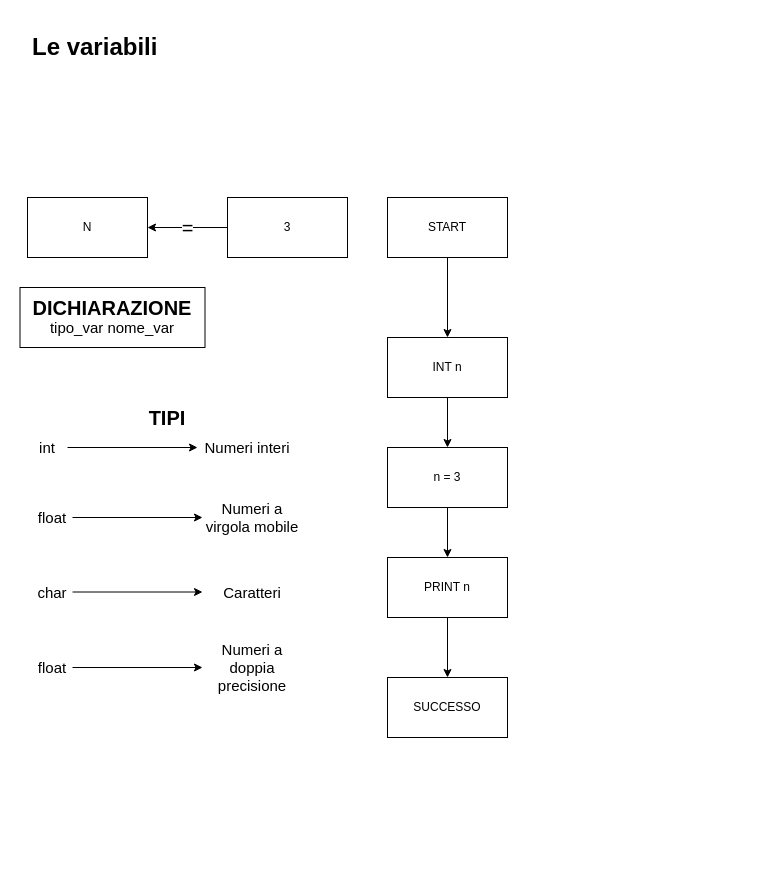
Earlier version of the draw.io diagram C/lezione3/Untitled Diagram.drawio (2mattialcomputer/tutorial). Source tidied: cells renumbered, new cells numbered last; positions are measured from the earlier drawing's top-left corner, leaving out a move shared by most shapes. Both pictures are drawn from the tidied source at 100%, with x=0, y=0 at pixel (17, 27).
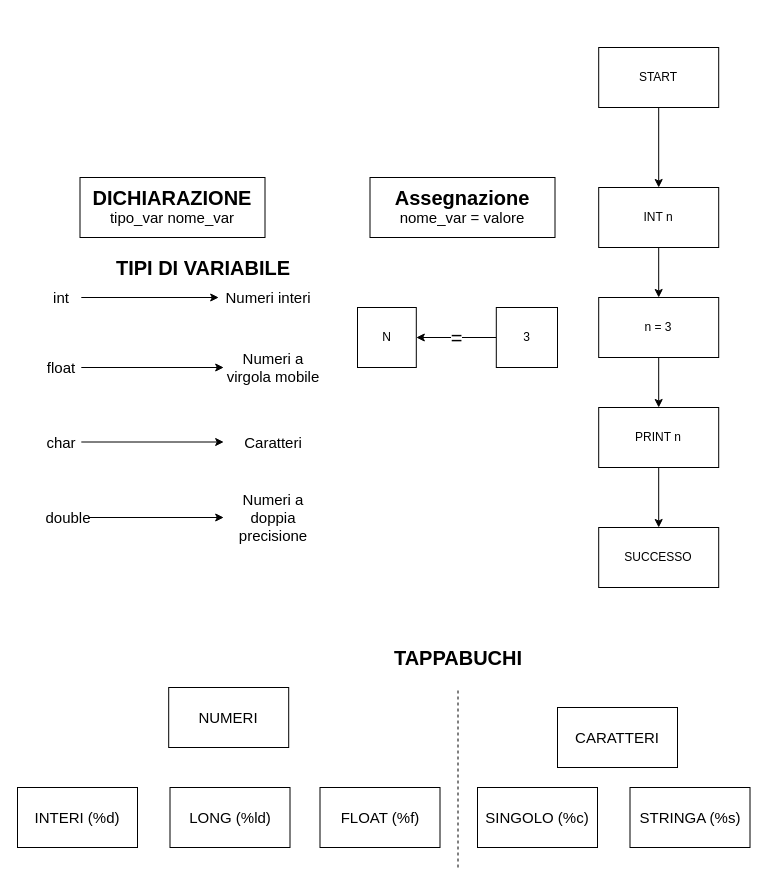
The same diagram, later.

The edit, as a diff of the source:
```diff
@@
-    <mxCell id="2" style="rounded=0;whiteSpace=wrap;html=1;fontSize=15;" parent="1" vertex="1">
-      <mxGeometry x="2.5" y="260" width="185" height="60" as="geometry" />
-    </mxCell>
-    <mxCell id="3" value="&lt;h1&gt;Le variabili&lt;/h1&gt;" style="text;html=1;strokeColor=none;fillColor=none;spacing=5;spacingTop=-20;whiteSpace=wrap;overflow=hidden;rounded=0;" parent="1" vertex="1">
-      <mxGeometry x="10" width="190" height="50" as="geometry" />
-    </mxCell>
@@
     <mxCell id="5" value="START" style="rounded=0;whiteSpace=wrap;html=1;" parent="1" vertex="1">
-      <mxGeometry x="370" y="170" width="120" height="60" as="geometry" />
+      <mxGeometry x="581.2" y="20" width="120" height="60" as="geometry" />
     </mxCell>
@@
     <mxCell id="7" value="INT n" style="rounded=0;whiteSpace=wrap;html=1;" parent="1" vertex="1">
-      <mxGeometry x="370" y="310" width="120" height="60" as="geometry" />
+      <mxGeometry x="581.2" y="160" width="120" height="60" as="geometry" />
     </mxCell>
@@
     <mxCell id="9" value="n = 3" style="rounded=0;whiteSpace=wrap;html=1;" parent="1" vertex="1">
-      <mxGeometry x="370" y="420" width="120" height="60" as="geometry" />
+      <mxGeometry x="581.2" y="270" width="120" height="60" as="geometry" />
     </mxCell>
@@
     <mxCell id="11" value="PRINT n" style="rounded=0;whiteSpace=wrap;html=1;" parent="1" vertex="1">
-      <mxGeometry x="370" y="530" width="120" height="60" as="geometry" />
+      <mxGeometry x="581.2" y="380" width="120" height="60" as="geometry" />
     </mxCell>
     <mxCell id="12" value="SUCCESSO" style="rounded=0;whiteSpace=wrap;html=1;" parent="1" vertex="1">
-      <mxGeometry x="370" y="650" width="120" height="60" as="geometry" />
+      <mxGeometry x="581.2" y="500" width="120" height="60" as="geometry" />
     </mxCell>
@@
     <mxCell id="14" value="3" style="rounded=0;whiteSpace=wrap;html=1;" parent="1" vertex="1">
-      <mxGeometry x="210" y="170" width="120" height="60" as="geometry" />
+      <mxGeometry x="478.8" y="280" width="61.2" height="60" as="geometry" />
     </mxCell>
     <mxCell id="15" value="N" style="rounded=0;whiteSpace=wrap;html=1;" parent="1" vertex="1">
-      <mxGeometry x="10" y="170" width="120" height="60" as="geometry" />
+      <mxGeometry x="340" y="280" width="58.8" height="60" as="geometry" />
     </mxCell>
-    <mxCell id="16" value="DICHIARAZIONE" style="text;html=1;strokeColor=none;fillColor=none;align=center;verticalAlign=middle;whiteSpace=wrap;rounded=0;fontSize=20;fontStyle=1;" parent="1" vertex="1">
-      <mxGeometry x="75" y="270" width="40" height="20" as="geometry" />
-    </mxCell>
-    <mxCell id="17" value="tipo_var nome_var" style="text;html=1;strokeColor=none;fillColor=none;align=center;verticalAlign=middle;whiteSpace=wrap;rounded=0;fontSize=15;" parent="1" vertex="1">
-      <mxGeometry y="290" width="190" height="20" as="geometry" />
-    </mxCell>
-    <mxCell id="18" value="TIPI" style="text;html=1;strokeColor=none;fillColor=none;align=center;verticalAlign=middle;whiteSpace=wrap;rounded=0;fontSize=20;fontStyle=1;" parent="1" vertex="1">
-      <mxGeometry x="130" y="380" width="40" height="20" as="geometry" />
+    <mxCell id="18" value="TIPI DI VARIABILE" style="text;html=1;strokeColor=none;fillColor=none;align=center;verticalAlign=middle;whiteSpace=wrap;rounded=0;fontSize=20;fontStyle=1;" parent="1" vertex="1">
+      <mxGeometry x="91.2" y="230" width="190" height="20" as="geometry" />
     </mxCell>
-    <mxCell id="19" style="edgeStyle=orthogonalEdgeStyle;rounded=0;jettySize=auto;html=1;fontSize=15;" parent="1" edge="1" source="20" target="21">
+    <mxCell id="19" style="edgeStyle=orthogonalEdgeStyle;rounded=0;jettySize=auto;html=1;fontSize=15;entryX=0;entryY=0.5;entryDx=0;entryDy=0;" parent="1" edge="1" source="20" target="21">
       <mxGeometry relative="1" as="geometry" />
     </mxCell>
     <mxCell id="20" value="int" style="text;html=1;strokeColor=none;fillColor=none;align=center;verticalAlign=middle;whiteSpace=wrap;rounded=0;fontSize=15;" parent="1" vertex="1">
-      <mxGeometry x="10" y="410" width="40" height="20" as="geometry" />
+      <mxGeometry x="23.8" y="260" width="40" height="20" as="geometry" />
     </mxCell>
     <mxCell id="21" value="Numeri interi" style="text;html=1;strokeColor=none;fillColor=none;align=center;verticalAlign=middle;whiteSpace=wrap;rounded=0;fontSize=15;" parent="1" vertex="1">
-      <mxGeometry x="180" y="410" width="100" height="20" as="geometry" />
+      <mxGeometry x="201.2" y="260" width="100" height="20" as="geometry" />
     </mxCell>
@@
     <mxCell id="23" value="float" style="text;html=1;strokeColor=none;fillColor=none;align=center;verticalAlign=middle;whiteSpace=wrap;rounded=0;fontSize=15;" parent="1" vertex="1">
-      <mxGeometry x="15" y="480" width="40" height="20" as="geometry" />
+      <mxGeometry x="23.8" y="330" width="40" height="20" as="geometry" />
     </mxCell>
     <mxCell id="24" value="Numeri a virgola mobile" style="text;html=1;strokeColor=none;fillColor=none;align=center;verticalAlign=middle;whiteSpace=wrap;rounded=0;fontSize=15;" parent="1" vertex="1">
-      <mxGeometry x="185" y="480" width="100" height="20" as="geometry" />
+      <mxGeometry x="206.2" y="330" width="100" height="20" as="geometry" />
     </mxCell>
@@
     <mxCell id="26" value="char" style="text;html=1;strokeColor=none;fillColor=none;align=center;verticalAlign=middle;whiteSpace=wrap;rounded=0;fontSize=15;" parent="1" vertex="1">
-      <mxGeometry x="15" y="554.5" width="40" height="20" as="geometry" />
+      <mxGeometry x="23.8" y="404.5" width="40" height="20" as="geometry" />
     </mxCell>
     <mxCell id="27" value="Caratteri" style="text;html=1;strokeColor=none;fillColor=none;align=center;verticalAlign=middle;whiteSpace=wrap;rounded=0;fontSize=15;" parent="1" vertex="1">
-      <mxGeometry x="185" y="554.5" width="100" height="20" as="geometry" />
+      <mxGeometry x="206.2" y="404.5" width="100" height="20" as="geometry" />
     </mxCell>
@@
-    <mxCell id="29" value="float" style="text;html=1;strokeColor=none;fillColor=none;align=center;verticalAlign=middle;whiteSpace=wrap;rounded=0;fontSize=15;" parent="1" vertex="1">
-      <mxGeometry x="15" y="630" width="40" height="20" as="geometry" />
+    <mxCell id="29" value="double" style="text;html=1;strokeColor=none;fillColor=none;align=center;verticalAlign=middle;whiteSpace=wrap;rounded=0;fontSize=15;" parent="1" vertex="1">
+      <mxGeometry x="31.2" y="480" width="40" height="20" as="geometry" />
     </mxCell>
     <mxCell id="30" value="Numeri a doppia precisione" style="text;html=1;strokeColor=none;fillColor=none;align=center;verticalAlign=middle;whiteSpace=wrap;rounded=0;fontSize=15;" parent="1" vertex="1">
-      <mxGeometry x="185" y="630" width="100" height="20" as="geometry" />
+      <mxGeometry x="206.2" y="480" width="100" height="20" as="geometry" />
     </mxCell>
+    <mxCell id="31" value="TAPPABUCHI" style="text;html=1;strokeColor=none;fillColor=none;align=center;verticalAlign=middle;whiteSpace=wrap;rounded=0;fontSize=20;fontStyle=1;" parent="1" vertex="1">
+      <mxGeometry x="346.2" y="620" width="190" height="20" as="geometry" />
+    </mxCell>
+    <mxCell id="32" value="NUMERI" style="rounded=0;whiteSpace=wrap;html=1;fontSize=15;" parent="1" vertex="1">
+      <mxGeometry x="151.2" y="660" width="120" height="60" as="geometry" />
+    </mxCell>
+    <mxCell id="33" value="CARATTERI" style="rounded=0;whiteSpace=wrap;html=1;fontSize=15;" parent="1" vertex="1">
+      <mxGeometry x="540" y="680" width="120" height="60" as="geometry" />
+    </mxCell>
+    <mxCell id="34" value="INTERI (%d)" style="rounded=0;whiteSpace=wrap;html=1;fontSize=15;" parent="1" vertex="1">
+      <mxGeometry y="760" width="120" height="60" as="geometry" />
+    </mxCell>
+    <mxCell id="35" value="LONG (%ld)" style="rounded=0;whiteSpace=wrap;html=1;fontSize=15;" parent="1" vertex="1">
+      <mxGeometry x="152.5" y="760" width="120" height="60" as="geometry" />
+    </mxCell>
+    <mxCell id="36" value="FLOAT (%f)" style="rounded=0;whiteSpace=wrap;html=1;fontSize=15;" parent="1" vertex="1">
+      <mxGeometry x="302.5" y="760" width="120" height="60" as="geometry" />
+    </mxCell>
+    <mxCell id="37" style="endArrow=none;dashed=1;html=1;fontSize=15;" parent="1" edge="1">
+      <mxGeometry relative="1" as="geometry">
+        <mxPoint x="440.5" y="840" as="sourcePoint" />
+        <mxPoint x="440.5" y="660" as="targetPoint" />
+      </mxGeometry>
+    </mxCell>
+    <mxCell id="38" value="SINGOLO (%c)" style="rounded=0;whiteSpace=wrap;html=1;fontSize=15;" parent="1" vertex="1">
+      <mxGeometry x="460" y="760" width="120" height="60" as="geometry" />
+    </mxCell>
+    <mxCell id="39" value="STRINGA (%s)" style="rounded=0;whiteSpace=wrap;html=1;fontSize=15;" parent="1" vertex="1">
+      <mxGeometry x="612.5" y="760" width="120" height="60" as="geometry" />
+    </mxCell>
+    <mxCell id="40" style="edgeStyle=orthogonalEdgeStyle;rounded=0;orthogonalLoop=1;jettySize=auto;html=1;exitX=0.5;exitY=1;exitDx=0;exitDy=0;fontSize=15;" parent="1" edge="1" source="31" target="31">
+      <mxGeometry relative="1" as="geometry" />
+    </mxCell>
+    <mxCell id="41" style="group;" parent="1" vertex="1">
+      <mxGeometry x="60" y="150" width="190" height="60" as="geometry" />
+    </mxCell>
+    <mxCell id="42" style="group;" parent="41" vertex="1">
+      <mxGeometry width="190" height="60" as="geometry" />
+    </mxCell>
+    <mxCell id="2" style="rounded=0;whiteSpace=wrap;html=1;fontSize=15;" parent="42" vertex="1">
+      <mxGeometry x="2.5" width="185" height="60" as="geometry" />
+    </mxCell>
+    <mxCell id="16" value="DICHIARAZIONE" style="text;html=1;strokeColor=none;fillColor=none;align=center;verticalAlign=middle;whiteSpace=wrap;rounded=0;fontSize=20;fontStyle=1;" parent="42" vertex="1">
+      <mxGeometry x="75" y="10" width="40" height="20" as="geometry" />
+    </mxCell>
+    <mxCell id="17" value="tipo_var nome_var" style="text;html=1;strokeColor=none;fillColor=none;align=center;verticalAlign=middle;whiteSpace=wrap;rounded=0;fontSize=15;" parent="42" vertex="1">
+      <mxGeometry y="30" width="190" height="20" as="geometry" />
+    </mxCell>
+    <mxCell id="43" style="group;" parent="1" vertex="1">
+      <mxGeometry x="350" y="150" width="190" height="60" as="geometry" />
+    </mxCell>
+    <mxCell id="44" style="rounded=0;whiteSpace=wrap;html=1;fontSize=15;" parent="43" vertex="1">
+      <mxGeometry x="2.5" width="185" height="60" as="geometry" />
+    </mxCell>
+    <mxCell id="45" value="Assegnazione" style="text;html=1;strokeColor=none;fillColor=none;align=center;verticalAlign=middle;whiteSpace=wrap;rounded=0;fontSize=20;fontStyle=1;" parent="43" vertex="1">
+      <mxGeometry x="75" y="10" width="40" height="20" as="geometry" />
+    </mxCell>
+    <mxCell id="46" value="nome_var = valore" style="text;html=1;strokeColor=none;fillColor=none;align=center;verticalAlign=middle;whiteSpace=wrap;rounded=0;fontSize=15;" parent="43" vertex="1">
+      <mxGeometry y="30" width="190" height="20" as="geometry" />
+    </mxCell>
```
